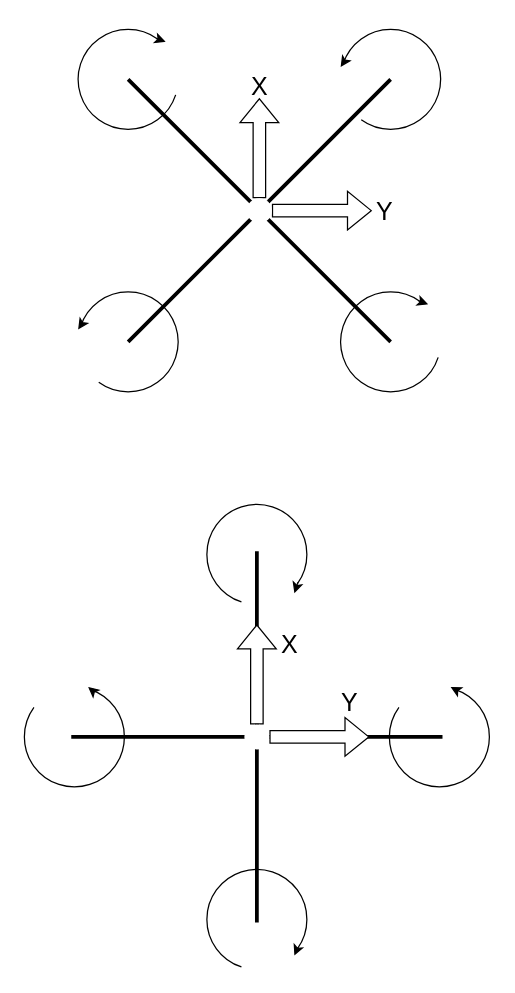
Earlier version of the draw.io diagram page "marcos" (1 of 6) of complementos/Diagramas del dron.drawio (0-0REL/Dron). Source tidied: cells renumbered, new cells numbered last; positions are measured from the earlier drawing's top-left corner, leaving out a move shared by most shapes. Both pictures are drawn from the tidied source at 125%, with x=0, y=0 at pixel (24, 29).
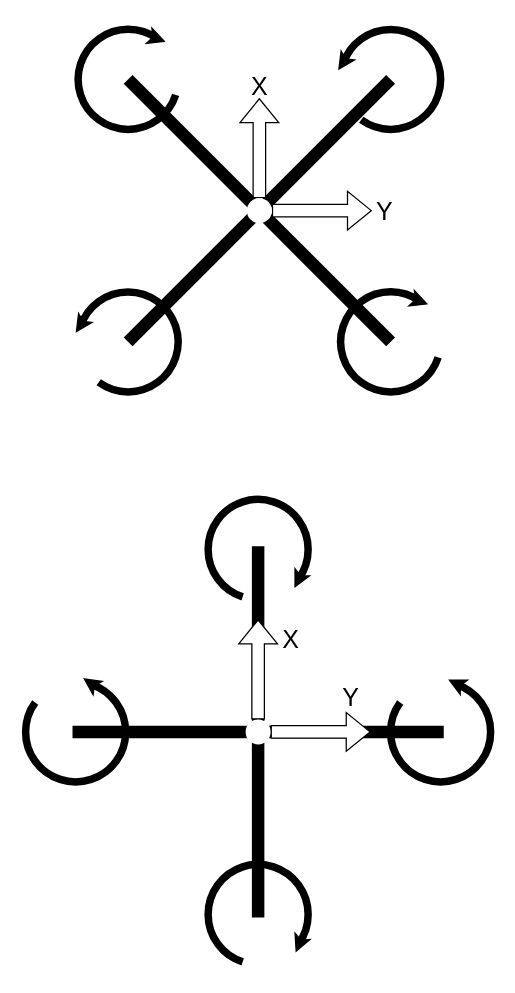
The same diagram, later.

The change refers to these unchanged cells:
```xml
<mxCell id="11" style="group;" parent="1" vertex="1">
  <mxGeometry x="168" y="25" width="140" height="140" as="geometry" />
</mxCell>
```

Diff of the diagram source:
```diff
@@
-    <mxCell id="2" style="shape=umlDestroy;whiteSpace=wrap;html=1;strokeWidth=3;targetShapes=umlLifeline;" parent="1" vertex="1">
+    <mxCell id="2" style="shape=umlDestroy;whiteSpace=wrap;html=1;strokeWidth=10;targetShapes=umlLifeline;" parent="1" vertex="1">
       <mxGeometry x="83" y="40" width="210" height="210" as="geometry" />
     </mxCell>
-    <mxCell id="3" style="verticalLabelPosition=bottom;verticalAlign=top;html=1;shape=mxgraph.basic.arc;startAngle=0.3;endAngle=0.1;gradientColor=none;gradientDirection=north;fillStyle=auto;fillColor=#080808;points=[[0.78,0.09,0,0,0]];" parent="1" vertex="1">
+    <mxCell id="3" style="verticalLabelPosition=bottom;verticalAlign=top;html=1;shape=mxgraph.basic.arc;startAngle=0.3;endAngle=0.1;gradientColor=none;gradientDirection=north;fillStyle=auto;fillColor=#080808;points=[[0.78,0.09,0,0,0]];strokeWidth=6;" parent="1" vertex="1">
       <mxGeometry x="43" width="80" height="80" as="geometry" />
     </mxCell>
-    <mxCell id="4" style="verticalLabelPosition=bottom;verticalAlign=top;html=1;shape=mxgraph.basic.arc;startAngle=0.3;endAngle=0.1;rotation=-180;points=[[0.04,0.34,0,0,0]];" parent="1" vertex="1">
+    <mxCell id="4" style="verticalLabelPosition=bottom;verticalAlign=top;html=1;shape=mxgraph.basic.arc;startAngle=0.3;endAngle=0.1;rotation=-180;points=[[0.04,0.34,0,0,0]];strokeWidth=6;" parent="1" vertex="1">
       <mxGeometry x="253" width="80" height="80" as="geometry" />
     </mxCell>
-    <mxCell id="5" style="endArrow=classic;html=1;rounded=0;exitX=0.78;exitY=0.09;exitDx=0;exitDy=0;exitPerimeter=0;" parent="1" edge="1" source="3">
+    <mxCell id="5" style="endArrow=classic;html=1;rounded=0;exitX=0.78;exitY=0.09;exitDx=0;exitDy=0;exitPerimeter=0;startSize=12;endSize=12;" parent="1" edge="1" source="3">
       <mxGeometry relative="1" as="geometry">
         <mxPoint x="113" y="10" as="targetPoint" />
       </mxGeometry>
     </mxCell>
-    <mxCell id="6" style="verticalLabelPosition=bottom;verticalAlign=top;html=1;shape=mxgraph.basic.arc;startAngle=0.3;endAngle=0.1;gradientColor=none;gradientDirection=north;fillStyle=auto;fillColor=#080808;points=[[0.78,0.09,0,0,0]];" parent="1" vertex="1">
+    <mxCell id="6" style="verticalLabelPosition=bottom;verticalAlign=top;html=1;shape=mxgraph.basic.arc;startAngle=0.3;endAngle=0.1;gradientColor=none;gradientDirection=north;fillStyle=auto;fillColor=#080808;points=[[0.78,0.09,0,0,0]];strokeWidth=6;" parent="1" vertex="1">
       <mxGeometry x="253" y="210" width="80" height="80" as="geometry" />
     </mxCell>
-    <mxCell id="7" style="endArrow=classic;html=1;rounded=0;exitX=0.78;exitY=0.09;exitDx=0;exitDy=0;exitPerimeter=0;" parent="1" edge="1" source="6">
+    <mxCell id="7" style="endArrow=classic;html=1;rounded=0;exitX=0.78;exitY=0.09;exitDx=0;exitDy=0;exitPerimeter=0;startSize=12;endSize=12;" parent="1" edge="1" source="6">
       <mxGeometry relative="1" as="geometry">
         <mxPoint x="323" y="220" as="targetPoint" />
       </mxGeometry>
     </mxCell>
-    <mxCell id="8" style="endArrow=classic;html=1;rounded=0;exitX=0.961;exitY=0.684;exitDx=0;exitDy=0;exitPerimeter=0;" parent="1" edge="1" source="4">
-      <mxGeometry relative="1" as="geometry">
-        <mxPoint x="253" y="30" as="targetPoint" />
-      </mxGeometry>
-    </mxCell>
-    <mxCell id="9" style="verticalLabelPosition=bottom;verticalAlign=top;html=1;shape=mxgraph.basic.arc;startAngle=0.3;endAngle=0.1;rotation=-180;points=[[0.04,0.34,0,0,0]];" parent="1" vertex="1">
+    <mxCell id="9" style="verticalLabelPosition=bottom;verticalAlign=top;html=1;shape=mxgraph.basic.arc;startAngle=0.3;endAngle=0.1;rotation=-180;points=[[0.04,0.34,0,0,0]];strokeWidth=6;" parent="1" vertex="1">
       <mxGeometry x="43" y="210" width="80" height="80" as="geometry" />
     </mxCell>
-    <mxCell id="10" style="endArrow=classic;html=1;rounded=0;exitX=0.961;exitY=0.684;exitDx=0;exitDy=0;exitPerimeter=0;" parent="1" edge="1" source="9">
+    <mxCell id="10" style="endArrow=classic;html=1;rounded=0;exitX=0.961;exitY=0.684;exitDx=0;exitDy=0;exitPerimeter=0;startSize=12;endSize=12;" parent="1" edge="1">
       <mxGeometry relative="1" as="geometry">
-        <mxPoint x="43" y="240" as="targetPoint" />
+        <mxPoint x="44.1" y="238" as="sourcePoint" />
+        <mxPoint x="41" y="242.7" as="targetPoint" />
       </mxGeometry>
     </mxCell>
@@
+    <mxCell id="8" style="endArrow=classic;html=1;rounded=0;exitX=0.961;exitY=0.684;exitDx=0;exitDy=0;exitPerimeter=0;startSize=12;endSize=12;" parent="11" edge="1">
+      <mxGeometry relative="1" as="geometry">
+        <mxPoint x="86.1" y="3" as="sourcePoint" />
+        <mxPoint x="83" y="7.7" as="targetPoint" />
+      </mxGeometry>
+    </mxCell>
     <mxCell id="17" style="group;rotation=90;" parent="1" vertex="1">
-      <mxGeometry x="1" y="381" width="370" height="370" as="geometry" />
+      <mxGeometry x="2" y="377" width="370" height="370" as="geometry" />
     </mxCell>
-    <mxCell id="18" style="shape=umlDestroy;whiteSpace=wrap;html=1;strokeWidth=3;targetShapes=umlLifeline;rotation=45;" parent="17" vertex="1">
+    <mxCell id="18" style="shape=umlDestroy;whiteSpace=wrap;html=1;strokeWidth=10;targetShapes=umlLifeline;rotation=45;" parent="17" vertex="1">
       <mxGeometry x="80" y="80" width="210" height="210" as="geometry" />
     </mxCell>
-    <mxCell id="19" style="verticalLabelPosition=bottom;verticalAlign=top;html=1;shape=mxgraph.basic.arc;startAngle=0.3;endAngle=0.1;gradientColor=none;gradientDirection=north;fillStyle=auto;fillColor=#080808;points=[[0.78,0.09,0,0,0]];rotation=90;" parent="17" vertex="1">
+    <mxCell id="19" style="verticalLabelPosition=bottom;verticalAlign=top;html=1;shape=mxgraph.basic.arc;startAngle=0.3;endAngle=0.1;gradientColor=none;gradientDirection=north;fillStyle=auto;fillColor=#080808;points=[[0.78,0.09,0,0,0]];rotation=90;strokeWidth=6;" parent="17" vertex="1">
       <mxGeometry x="145" y="-1" width="80" height="80" as="geometry" />
     </mxCell>
-    <mxCell id="20" style="verticalLabelPosition=bottom;verticalAlign=top;html=1;shape=mxgraph.basic.arc;startAngle=0.3;endAngle=0.1;rotation=-90;points=[[0.04,0.34,0,0,0]];" parent="17" vertex="1">
+    <mxCell id="20" style="verticalLabelPosition=bottom;verticalAlign=top;html=1;shape=mxgraph.basic.arc;startAngle=0.3;endAngle=0.1;rotation=-90;points=[[0.04,0.34,0,0,0]];strokeWidth=6;" parent="17" vertex="1">
       <mxGeometry x="291" y="145" width="80" height="80" as="geometry" />
     </mxCell>
-    <mxCell id="21" style="endArrow=classic;html=1;rounded=0;exitX=0.78;exitY=0.09;exitDx=0;exitDy=0;exitPerimeter=0;" parent="17" edge="1" source="19">
+    <mxCell id="21" style="endArrow=classic;html=1;rounded=0;exitX=0.78;exitY=0.09;exitDx=0;exitDy=0;exitPerimeter=0;startSize=12;endSize=12;" parent="17" edge="1">
       <mxGeometry relative="1" as="geometry">
-        <mxPoint x="215" y="70" as="targetPoint" />
+        <mxPoint x="216.8" y="61.4" as="sourcePoint" />
+        <mxPoint x="214" y="70" as="targetPoint" />
+        <Array as="points">
+          <mxPoint x="217" y="64" />
+        </Array>
       </mxGeometry>
     </mxCell>
-    <mxCell id="22" style="verticalLabelPosition=bottom;verticalAlign=top;html=1;shape=mxgraph.basic.arc;startAngle=0.3;endAngle=0.1;gradientColor=none;gradientDirection=north;fillStyle=auto;fillColor=#080808;points=[[0.78,0.09,0,0,0]];rotation=90;" parent="17" vertex="1">
+    <mxCell id="22" style="verticalLabelPosition=bottom;verticalAlign=top;html=1;shape=mxgraph.basic.arc;startAngle=0.3;endAngle=0.1;gradientColor=none;gradientDirection=north;fillStyle=auto;fillColor=#080808;points=[[0.78,0.09,0,0,0]];rotation=90;strokeWidth=6;" parent="17" vertex="1">
       <mxGeometry x="145" y="291" width="80" height="80" as="geometry" />
     </mxCell>
-    <mxCell id="23" style="endArrow=classic;html=1;rounded=0;exitX=0.78;exitY=0.09;exitDx=0;exitDy=0;exitPerimeter=0;" parent="17" edge="1" source="22">
+    <mxCell id="23" style="endArrow=classic;html=1;rounded=0;exitX=0.78;exitY=0.09;exitDx=0;exitDy=0;exitPerimeter=0;startSize=12;endSize=12;" parent="17" edge="1">
       <mxGeometry relative="1" as="geometry">
-        <mxPoint x="215" y="360" as="targetPoint" />
+        <mxPoint x="217.8" y="355" as="sourcePoint" />
+        <mxPoint x="215" y="361.6" as="targetPoint" />
       </mxGeometry>
     </mxCell>
-    <mxCell id="24" style="endArrow=classic;html=1;rounded=0;exitX=0.961;exitY=0.684;exitDx=0;exitDy=0;exitPerimeter=0;" parent="17" edge="1" source="20">
+    <mxCell id="24" style="endArrow=classic;html=1;rounded=0;startSize=12;endSize=12;" parent="17" edge="1">
       <mxGeometry relative="1" as="geometry">
-        <mxPoint x="340" y="145" as="targetPoint" />
+        <mxPoint x="343" y="146" as="sourcePoint" />
+        <mxPoint x="337" y="143" as="targetPoint" />
       </mxGeometry>
     </mxCell>
-    <mxCell id="25" style="verticalLabelPosition=bottom;verticalAlign=top;html=1;shape=mxgraph.basic.arc;startAngle=0.3;endAngle=0.1;rotation=-90;points=[[0.04,0.34,0,0,0]];" parent="17" vertex="1">
+    <mxCell id="25" style="verticalLabelPosition=bottom;verticalAlign=top;html=1;shape=mxgraph.basic.arc;startAngle=0.3;endAngle=0.1;rotation=-90;points=[[0.04,0.34,0,0,0]];strokeWidth=6;" parent="17" vertex="1">
       <mxGeometry x="-1" y="145" width="80" height="80" as="geometry" />
     </mxCell>
-    <mxCell id="26" style="endArrow=classic;html=1;rounded=0;exitX=0.961;exitY=0.684;exitDx=0;exitDy=0;exitPerimeter=0;" parent="17" edge="1" source="25">
+    <mxCell id="26" style="endArrow=classic;html=1;rounded=0;startSize=12;endSize=12;" parent="17" edge="1">
       <mxGeometry relative="1" as="geometry">
-        <mxPoint x="50" y="145" as="targetPoint" />
+        <mxPoint x="51" y="146.1" as="sourcePoint" />
+        <mxPoint x="45" y="142" as="targetPoint" />
       </mxGeometry>
     </mxCell>
```
